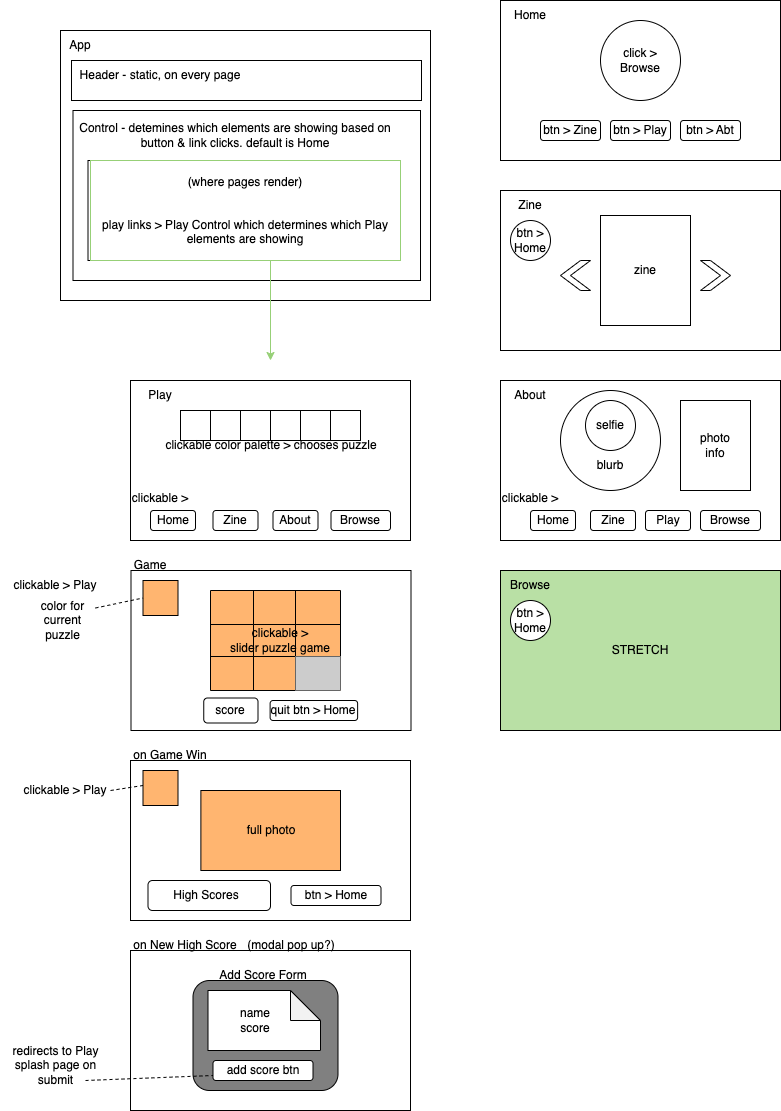
Before: src/img/capstone-site-diagram.png, a diagram exported from draw.io (eluckie/the-wandering-eye). Source tidied: cells renumbered, new cells last; positions are measured from the earlier drawing's top-left corner, leaving out a move shared by most shapes.
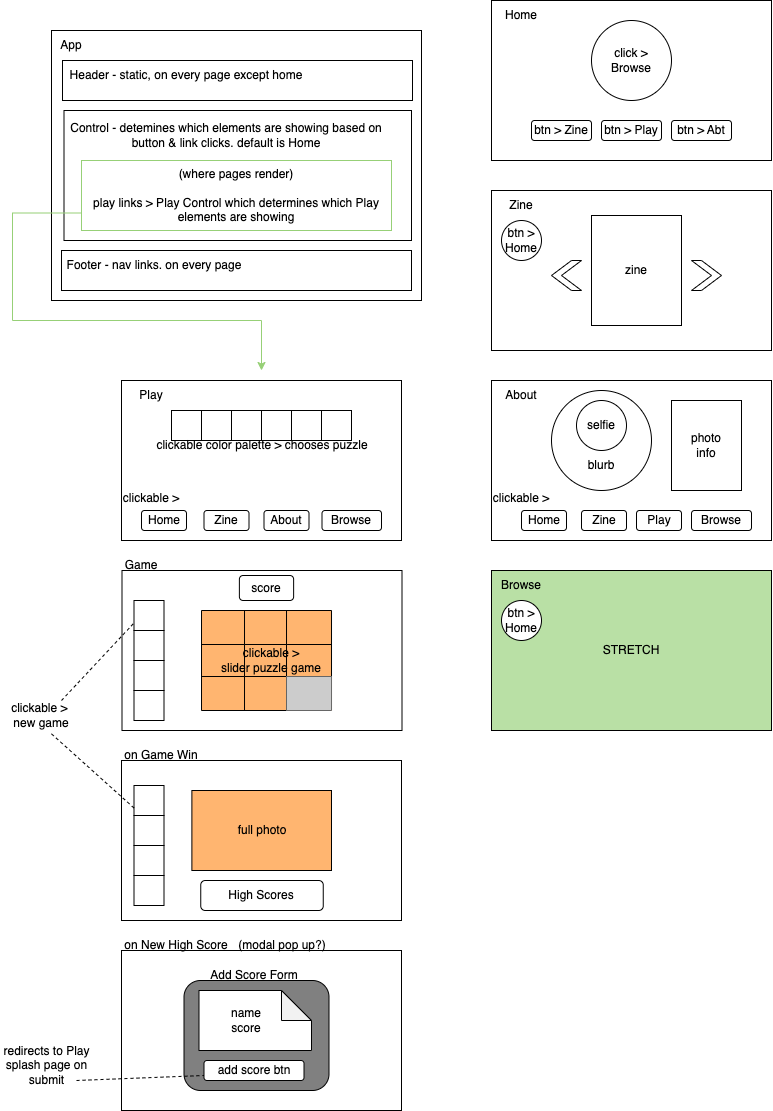
Above is the later version.

What changed in the source:
```diff
@@ -8,8 +8,8 @@
     <mxCell id="3" style="rounded=0;whiteSpace=wrap;html=1;" parent="1" vertex="1">
       <mxGeometry x="71" y="60" width="350" height="40" as="geometry" />
     </mxCell>
-    <mxCell id="4" value="Header - static, on every page" style="text;html=1;strokeColor=none;fillColor=none;align=center;verticalAlign=middle;whiteSpace=wrap;rounded=0;" parent="1" vertex="1">
-      <mxGeometry x="70" y="60" width="180" height="30" as="geometry" />
+    <mxCell id="4" value="Header - static, on every page except home" style="text;html=1;strokeColor=none;fillColor=none;align=center;verticalAlign=middle;whiteSpace=wrap;rounded=0;" parent="1" vertex="1">
+      <mxGeometry x="70" y="60" width="250" height="30" as="geometry" />
     </mxCell>
     <mxCell id="5" style="rounded=0;whiteSpace=wrap;html=1;" parent="1" vertex="1">
       <mxGeometry x="500" width="280" height="160" as="geometry" />
@@ -188,20 +188,8 @@
     <mxCell id="63" style="rounded=0;whiteSpace=wrap;html=1;" parent="1" vertex="1">
       <mxGeometry x="130.5" y="570" width="280" height="160" as="geometry" />
     </mxCell>
-    <mxCell id="64" style="whiteSpace=wrap;html=1;fillColor=#FFB570;" parent="1" vertex="1">
-      <mxGeometry x="142.5" y="580" width="35" height="35" as="geometry" />
-    </mxCell>
-    <mxCell id="65" value="color for current puzzle" style="text;html=1;strokeColor=none;fillColor=none;align=center;verticalAlign=middle;whiteSpace=wrap;rounded=0;" parent="1" vertex="1">
-      <mxGeometry x="30" y="595" width="65" height="50" as="geometry" />
-    </mxCell>
-    <mxCell id="66" value="clickable &amp;gt; Play" style="text;html=1;strokeColor=none;fillColor=none;align=center;verticalAlign=middle;whiteSpace=wrap;rounded=0;" parent="1" vertex="1">
-      <mxGeometry y="570" width="110" height="30" as="geometry" />
-    </mxCell>
-    <mxCell id="67" style="endArrow=none;dashed=1;html=1;rounded=0;exitX=1;exitY=0.25;exitDx=0;exitDy=0;entryX=0;entryY=0.5;entryDx=0;entryDy=0;" parent="1" edge="1" source="65" target="64">
-      <mxGeometry relative="1" as="geometry" />
-    </mxCell>
     <mxCell id="68" style="shape=table;startSize=0;fontSize=16;fillColor=#FFB570;" parent="1" vertex="1">
-      <mxGeometry x="210" y="590" width="130" height="100" as="geometry" />
+      <mxGeometry x="210" y="610" width="130" height="100" as="geometry" />
     </mxCell>
     <mxCell id="69" style="shape=tableRow;horizontal=0;startSize=0;swimlaneHead=0;swimlaneBody=0;strokeColor=inherit;top=0;left=0;bottom=0;right=0;fillColor=none;fontSize=16;" parent="68" vertex="1">
       <mxGeometry width="130" height="34" as="geometry" />
@@ -239,20 +227,14 @@
     <mxCell id="80" style="shape=partialRectangle;html=1;whiteSpace=wrap;strokeColor=inherit;overflow=hidden;fillColor=#CCCCCC;top=0;left=0;bottom=0;right=0;fontSize=16;" parent="77" vertex="1">
       <mxGeometry x="85" width="45" height="34" as="geometry" />
     </mxCell>
-    <mxCell id="81" style="rounded=1;whiteSpace=wrap;html=1;" parent="1" vertex="1">
-      <mxGeometry x="269.6" y="700" width="87.5" height="20" as="geometry" />
-    </mxCell>
     <mxCell id="82" style="rounded=1;whiteSpace=wrap;html=1;" parent="1" vertex="1">
-      <mxGeometry x="203.2" y="697.5" width="54.2" height="25" as="geometry" />
+      <mxGeometry x="247.9" y="575" width="54.2" height="25" as="geometry" />
     </mxCell>
     <mxCell id="83" value="score" style="text;html=1;strokeColor=none;fillColor=none;align=center;verticalAlign=middle;whiteSpace=wrap;rounded=0;" parent="1" vertex="1">
-      <mxGeometry x="200.4" y="695" width="60" height="30" as="geometry" />
+      <mxGeometry x="245" y="572.5" width="60" height="30" as="geometry" />
     </mxCell>
-    <mxCell id="84" value="quit btn &amp;gt; Home" style="text;html=1;strokeColor=none;fillColor=none;align=center;verticalAlign=middle;whiteSpace=wrap;rounded=0;" parent="1" vertex="1">
-      <mxGeometry x="268.4" y="695" width="90" height="30" as="geometry" />
-    </mxCell>
     <mxCell id="85" value="clickable &amp;gt;&lt;br&gt;slider puzzle game" style="text;html=1;strokeColor=none;fillColor=none;align=center;verticalAlign=middle;whiteSpace=wrap;rounded=0;" parent="1" vertex="1">
-      <mxGeometry x="220" y="615" width="120" height="50" as="geometry" />
+      <mxGeometry x="220" y="635" width="120" height="50" as="geometry" />
     </mxCell>
     <mxCell id="86" style="rounded=0;whiteSpace=wrap;html=1;" parent="1" vertex="1">
       <mxGeometry x="130" y="760" width="280" height="160" as="geometry" />
@@ -260,35 +242,18 @@
     <mxCell id="87" value="on Game Win" style="text;html=1;strokeColor=none;fillColor=none;align=center;verticalAlign=middle;whiteSpace=wrap;rounded=0;" parent="1" vertex="1">
       <mxGeometry x="120" y="740" width="100" height="30" as="geometry" />
     </mxCell>
-    <mxCell id="88" style="whiteSpace=wrap;html=1;fillColor=#FFB570;" parent="1" vertex="1">
-      <mxGeometry x="142.5" y="770" width="35" height="35" as="geometry" />
-    </mxCell>
-    <mxCell id="89" value="clickable &amp;gt; Play" style="text;html=1;strokeColor=none;fillColor=none;align=center;verticalAlign=middle;whiteSpace=wrap;rounded=0;" parent="1" vertex="1">
-      <mxGeometry x="20" y="775" width="90" height="30" as="geometry" />
-    </mxCell>
     <mxCell id="90" style="rounded=0;whiteSpace=wrap;html=1;fillColor=#FFB570;" parent="1" vertex="1">
       <mxGeometry x="200.4" y="790" width="139.6" height="80" as="geometry" />
     </mxCell>
     <mxCell id="91" value="full photo" style="text;html=1;strokeColor=none;fillColor=none;align=center;verticalAlign=middle;whiteSpace=wrap;rounded=0;" parent="1" vertex="1">
       <mxGeometry x="240.5" y="815" width="60" height="30" as="geometry" />
     </mxCell>
-    <mxCell id="92" style="endArrow=none;dashed=1;html=1;rounded=0;exitX=1;exitY=0.5;exitDx=0;exitDy=0;" parent="1" edge="1" source="89">
-      <mxGeometry relative="1" as="geometry">
-        <mxPoint x="142.5" y="785" as="targetPoint" />
-      </mxGeometry>
-    </mxCell>
     <mxCell id="93" style="rounded=1;whiteSpace=wrap;html=1;" parent="1" vertex="1">
-      <mxGeometry x="147.5" y="880" width="122.5" height="30" as="geometry" />
+      <mxGeometry x="209.2" y="880" width="122.5" height="30" as="geometry" />
     </mxCell>
     <mxCell id="94" value="High Scores" style="text;html=1;strokeColor=none;fillColor=none;align=center;verticalAlign=middle;whiteSpace=wrap;rounded=0;" parent="1" vertex="1">
-      <mxGeometry x="160.5" y="880" width="90" height="30" as="geometry" />
+      <mxGeometry x="225" y="880" width="90" height="30" as="geometry" />
     </mxCell>
-    <mxCell id="95" style="rounded=1;whiteSpace=wrap;html=1;" parent="1" vertex="1">
-      <mxGeometry x="290.5" y="885" width="90" height="20" as="geometry" />
-    </mxCell>
-    <mxCell id="96" value="btn &amp;gt; Home" style="text;html=1;strokeColor=none;fillColor=none;align=center;verticalAlign=middle;whiteSpace=wrap;rounded=0;" parent="1" vertex="1">
-      <mxGeometry x="295.5" y="880" width="80" height="30" as="geometry" />
-    </mxCell>
     <mxCell id="97" style="rounded=0;whiteSpace=wrap;html=1;" parent="1" vertex="1">
       <mxGeometry x="130" y="950" width="280" height="160" as="geometry" />
     </mxCell>
@@ -325,25 +290,65 @@
       <mxGeometry x="50" y="30" width="60" height="30" as="geometry" />
     </mxCell>
     <mxCell id="108" style="rounded=0;whiteSpace=wrap;html=1;" parent="1" vertex="1">
-      <mxGeometry x="72.5" y="110" width="347.5" height="170" as="geometry" />
+      <mxGeometry x="72.5" y="110" width="347.5" height="130" as="geometry" />
     </mxCell>
     <mxCell id="109" value="Control - detemines which elements are showing based on button &amp;amp; link clicks. default is Home" style="text;html=1;strokeColor=none;fillColor=none;align=center;verticalAlign=middle;whiteSpace=wrap;rounded=0;" parent="1" vertex="1">
       <mxGeometry x="60" y="110" width="350" height="50" as="geometry" />
     </mxCell>
-    <mxCell id="110" style="rounded=0;whiteSpace=wrap;html=1;" parent="1" vertex="1">
-      <mxGeometry x="87.5" y="160" width="312.5" height="100" as="geometry" />
-    </mxCell>
+    <mxCell id="114" style="edgeStyle=orthogonalEdgeStyle;rounded=0;jettySize=auto;html=1;exitX=0;exitY=0.75;exitDx=0;exitDy=0;strokeColor=#97D077;" parent="1" edge="1" source="111">
+      <mxGeometry relative="1" as="geometry">
+        <mxPoint x="270" y="370" as="targetPoint" />
+        <Array as="points">
+          <mxPoint x="21" y="213" />
+          <mxPoint x="21" y="320" />
+          <mxPoint x="270" y="320" />
+        </Array>
+      </mxGeometry>
+    </mxCell>
-    <mxCell id="111" value="(where pages render)&lt;br&gt;&lt;br&gt;&lt;br&gt;play links &amp;gt; Play Control which determines which Play elements are showing" style="text;html=1;strokeColor=#97D077;fillColor=none;align=center;verticalAlign=middle;whiteSpace=wrap;rounded=0;shadow=0;" parent="1" vertex="1">
-      <mxGeometry x="90" y="160" width="310" height="100" as="geometry" />
+    <mxCell id="111" value="(where pages render)&lt;br&gt;&lt;br&gt;play links &amp;gt; Play Control which determines which Play elements are showing" style="text;html=1;strokeColor=#97D077;fillColor=none;align=center;verticalAlign=middle;whiteSpace=wrap;rounded=0;shadow=0;" parent="1" vertex="1">
+      <mxGeometry x="90" y="160" width="310" height="70" as="geometry" />
     </mxCell>
-    <mxCell id="112" style="endArrow=classic;html=1;rounded=0;strokeColor=#97D077;" parent="1" edge="1">
-      <mxGeometry relative="1" as="geometry">
-        <mxPoint x="270" y="260" as="sourcePoint" />
-        <mxPoint x="270" y="360" as="targetPoint" />
-      </mxGeometry>
-    </mxCell>
     <mxCell id="113" value="Game" style="text;html=1;strokeColor=none;fillColor=none;align=center;verticalAlign=middle;whiteSpace=wrap;rounded=0;" parent="1" vertex="1">
       <mxGeometry x="120" y="550" width="60" height="30" as="geometry" />
     </mxCell>
+    <mxCell id="115" style="whiteSpace=wrap;html=1;" parent="1" vertex="1">
+      <mxGeometry x="142.5" y="600" width="30" height="30" as="geometry" />
+    </mxCell>
+    <mxCell id="116" style="whiteSpace=wrap;html=1;" parent="1" vertex="1">
+      <mxGeometry x="142.5" y="630" width="30" height="30" as="geometry" />
+    </mxCell>
+    <mxCell id="117" style="whiteSpace=wrap;html=1;" parent="1" vertex="1">
+      <mxGeometry x="142.5" y="660" width="30" height="30" as="geometry" />
+    </mxCell>
+    <mxCell id="118" style="whiteSpace=wrap;html=1;" parent="1" vertex="1">
+      <mxGeometry x="142.5" y="690" width="30" height="30" as="geometry" />
+    </mxCell>
+    <mxCell id="119" value="clickable &amp;gt;&amp;nbsp; new game" style="text;html=1;strokeColor=none;fillColor=none;align=center;verticalAlign=middle;whiteSpace=wrap;rounded=0;" parent="1" vertex="1">
+      <mxGeometry x="10" y="700" width="80" height="30" as="geometry" />
+    </mxCell>
+    <mxCell id="120" style="endArrow=none;dashed=1;html=1;rounded=0;entryX=0;entryY=0.75;entryDx=0;entryDy=0;exitX=0.75;exitY=0;exitDx=0;exitDy=0;" parent="1" edge="1" source="119" target="115">
+      <mxGeometry relative="1" as="geometry" />
+    </mxCell>
+    <mxCell id="121" style="whiteSpace=wrap;html=1;" parent="1" vertex="1">
+      <mxGeometry x="142.5" y="785" width="30" height="30" as="geometry" />
+    </mxCell>
+    <mxCell id="122" style="whiteSpace=wrap;html=1;" parent="1" vertex="1">
+      <mxGeometry x="142.5" y="815" width="30" height="30" as="geometry" />
+    </mxCell>
+    <mxCell id="123" style="whiteSpace=wrap;html=1;" parent="1" vertex="1">
+      <mxGeometry x="142.5" y="875" width="30" height="30" as="geometry" />
+    </mxCell>
+    <mxCell id="124" style="whiteSpace=wrap;html=1;" parent="1" vertex="1">
+      <mxGeometry x="142.5" y="845" width="30" height="30" as="geometry" />
+    </mxCell>
+    <mxCell id="125" style="endArrow=none;dashed=1;html=1;rounded=0;exitX=0;exitY=0.75;exitDx=0;exitDy=0;entryX=0.606;entryY=1.067;entryDx=0;entryDy=0;entryPerimeter=0;" parent="1" edge="1" source="121" target="119">
+      <mxGeometry relative="1" as="geometry" />
+    </mxCell>
+    <mxCell id="126" style="rounded=0;whiteSpace=wrap;html=1;" parent="1" vertex="1">
+      <mxGeometry x="70" y="250" width="350" height="40" as="geometry" />
+    </mxCell>
+    <mxCell id="127" value="Footer - nav links. on every page" style="text;html=1;strokeColor=none;fillColor=none;align=center;verticalAlign=middle;whiteSpace=wrap;rounded=0;" parent="1" vertex="1">
+      <mxGeometry x="72.5" y="250" width="180" height="30" as="geometry" />
+    </mxCell>
   </root>
 </mxGraphModel>
```
